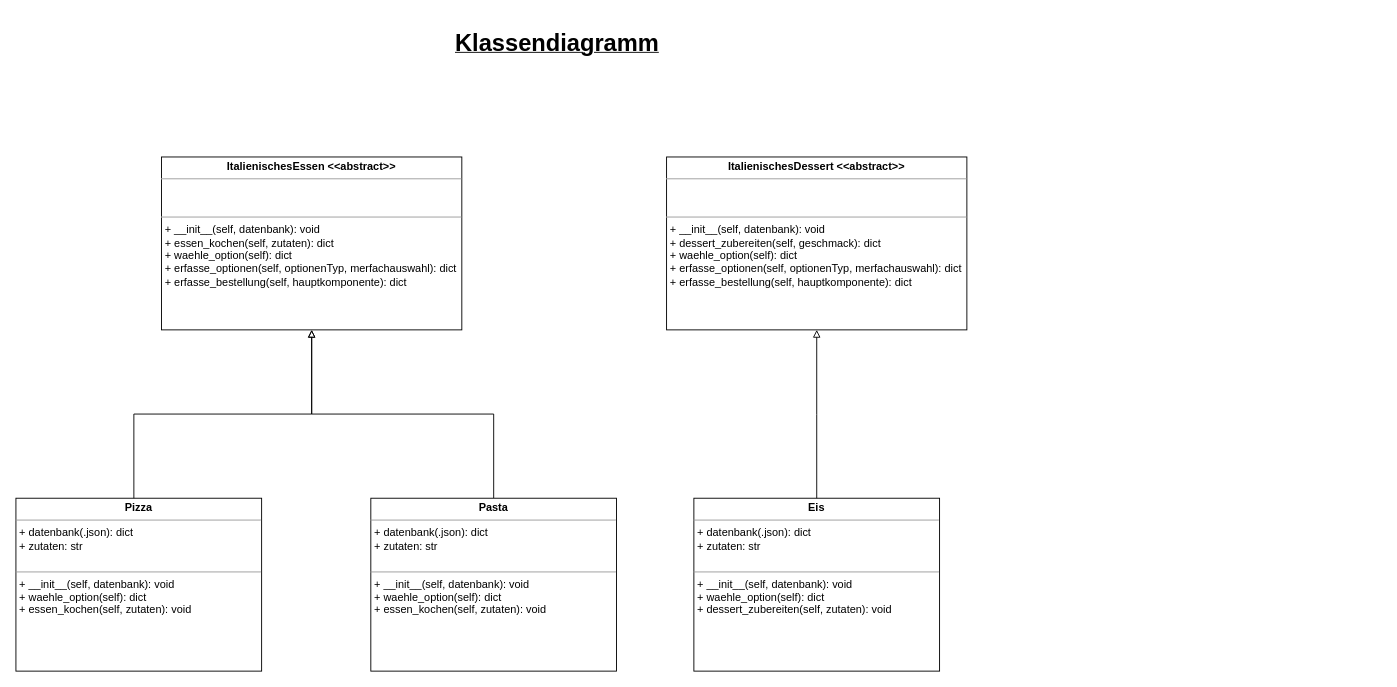
Before: diagrams/Klassendiagramm_PizzaGruppenarbeit.drawio in ygerhardt/unterricht, a draw.io diagram. Source tidied: cells renumbered, new cells numbered last; positions are measured from the earlier drawing's top-left corner, leaving out a move shared by most shapes. Both pictures are drawn from the tidied source at 91%, with x=0, y=0 at pixel (15, 15).
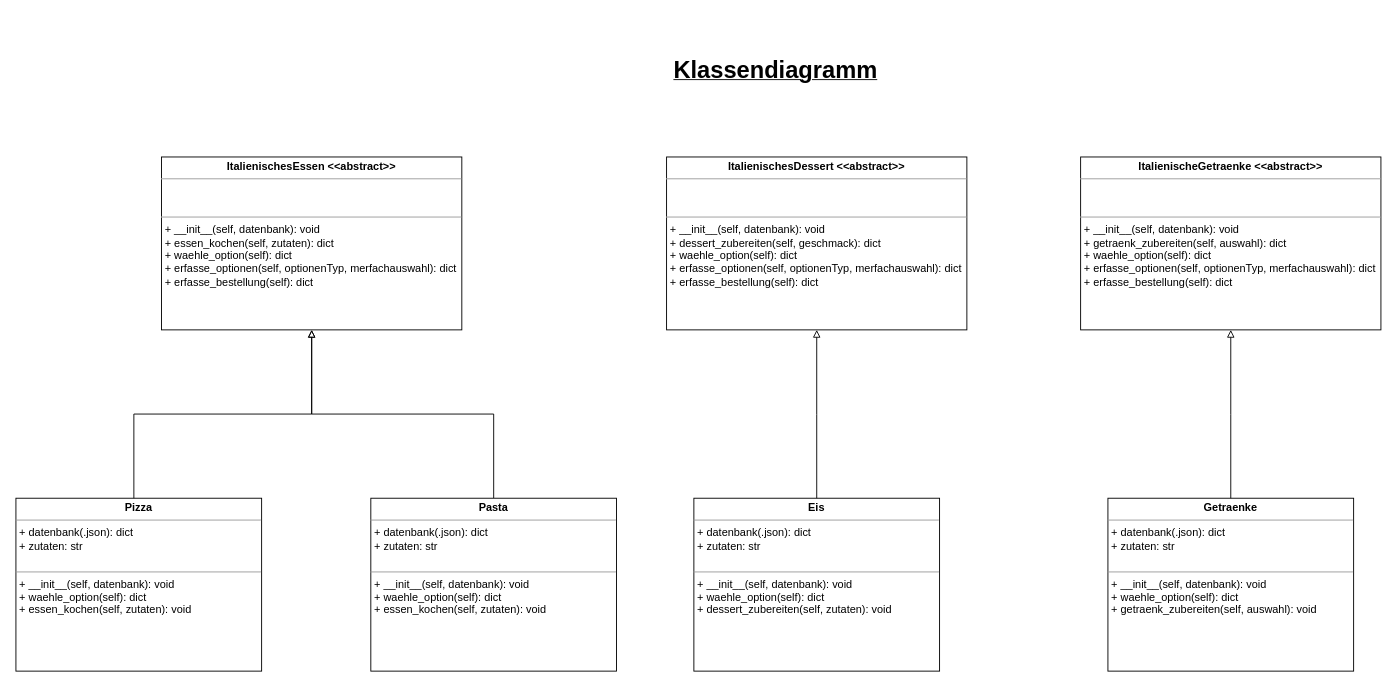
Above is the later version.

Change to the diagram source:
```diff
@@
 <mxGraphModel>
   <root>
     <mxCell id="0" />
     <mxCell id="1" parent="0" />
     <mxCell id="2" style="edgeStyle=orthogonalEdgeStyle;shape=connector;rounded=0;jettySize=auto;html=1;entryX=0.5;entryY=1;entryDx=0;entryDy=0;labelBackgroundColor=default;strokeColor=default;fontFamily=Helvetica;fontSize=11;fontColor=default;endArrow=block;endFill=0;exitX=0.48;exitY=0.009;exitDx=0;exitDy=0;exitPerimeter=0;" parent="1" edge="1" source="9" target="3">
       <mxGeometry relative="1" as="geometry" />
     </mxCell>
-    <mxCell id="3" value="&lt;p style=&quot;margin:0px;margin-top:4px;text-align:center;&quot;&gt;&lt;b&gt;ItalienischesEssen &amp;lt;&amp;lt;abstract&amp;gt;&amp;gt;&lt;/b&gt;&lt;/p&gt;&lt;hr size=&quot;1&quot;&gt;&lt;p style=&quot;margin:0px;margin-left:4px;&quot;&gt;&lt;br&gt;&lt;/p&gt;&lt;p style=&quot;margin:0px;margin-left:4px;&quot;&gt;&lt;br&gt;&lt;/p&gt;&lt;hr size=&quot;1&quot;&gt;&lt;p style=&quot;margin:0px;margin-left:4px;&quot;&gt;+ __init__(self, datenbank&lt;span style=&quot;background-color: initial;&quot;&gt;): void&lt;/span&gt;&lt;/p&gt;&lt;p style=&quot;margin:0px;margin-left:4px;&quot;&gt;+ essen_kochen(self, zutaten): dict&lt;br&gt;&lt;/p&gt;&lt;p style=&quot;margin:0px;margin-left:4px;&quot;&gt;+ waehle_option(self): dict&lt;/p&gt;&lt;p style=&quot;margin:0px;margin-left:4px;&quot;&gt;+ erfasse_optionen(self, optionenTyp, merfachauswahl): dict&lt;br&gt;&lt;/p&gt;&lt;p style=&quot;margin:0px;margin-left:4px;&quot;&gt;+ erfasse_bestellung(self, hauptkomponente): dict&lt;/p&gt;" style="verticalAlign=top;align=left;overflow=fill;fontSize=12;fontFamily=Helvetica;html=1;rounded=0;shadow=0;comic=0;labelBackgroundColor=none;strokeWidth=1;" parent="1" vertex="1">
+    <mxCell id="3" value="&lt;p style=&quot;margin:0px;margin-top:4px;text-align:center;&quot;&gt;&lt;b&gt;ItalienischesEssen &amp;lt;&amp;lt;abstract&amp;gt;&amp;gt;&lt;/b&gt;&lt;/p&gt;&lt;hr size=&quot;1&quot;&gt;&lt;p style=&quot;margin:0px;margin-left:4px;&quot;&gt;&lt;br&gt;&lt;/p&gt;&lt;p style=&quot;margin:0px;margin-left:4px;&quot;&gt;&lt;br&gt;&lt;/p&gt;&lt;hr size=&quot;1&quot;&gt;&lt;p style=&quot;margin:0px;margin-left:4px;&quot;&gt;+ __init__(self, datenbank&lt;span style=&quot;background-color: initial;&quot;&gt;): void&lt;/span&gt;&lt;/p&gt;&lt;p style=&quot;margin:0px;margin-left:4px;&quot;&gt;+ essen_kochen(self, zutaten): dict&lt;br&gt;&lt;/p&gt;&lt;p style=&quot;margin:0px;margin-left:4px;&quot;&gt;+ waehle_option(self): dict&lt;/p&gt;&lt;p style=&quot;margin:0px;margin-left:4px;&quot;&gt;+ erfasse_optionen(self, optionenTyp, merfachauswahl): dict&lt;br&gt;&lt;/p&gt;&lt;p style=&quot;margin:0px;margin-left:4px;&quot;&gt;+ erfasse_bestellung(self): dict&lt;/p&gt;" style="verticalAlign=top;align=left;overflow=fill;fontSize=12;fontFamily=Helvetica;html=1;rounded=0;shadow=0;comic=0;labelBackgroundColor=none;strokeWidth=1;" parent="1" vertex="1">
       <mxGeometry x="160" y="155" width="330" height="190" as="geometry" />
     </mxCell>
     <mxCell id="4" style="edgeStyle=orthogonalEdgeStyle;shape=connector;rounded=0;jettySize=auto;html=1;entryX=0.5;entryY=1;entryDx=0;entryDy=0;labelBackgroundColor=default;strokeColor=default;fontFamily=Helvetica;fontSize=11;fontColor=default;endArrow=block;endFill=0;" parent="1" edge="1" source="5" target="3">
       <mxGeometry relative="1" as="geometry" />
     </mxCell>
     <mxCell id="5" value="&lt;p style=&quot;margin:0px;margin-top:4px;text-align:center;&quot;&gt;&lt;b&gt;Pasta&lt;/b&gt;&lt;/p&gt;&lt;hr size=&quot;1&quot;&gt;&lt;p style=&quot;margin:0px;margin-left:4px;&quot;&gt;+ datenbank(.json): dict&lt;br&gt;+ zutaten: str&lt;br&gt;&lt;/p&gt;&lt;p style=&quot;margin:0px;margin-left:4px;&quot;&gt;&lt;br&gt;&lt;/p&gt;&lt;hr size=&quot;1&quot;&gt;&lt;p style=&quot;margin:0px;margin-left:4px;&quot;&gt;+ __init__(self, datenbank): void&lt;/p&gt;&lt;p style=&quot;margin:0px;margin-left:4px;&quot;&gt;+ waehle_option(self): dict&lt;/p&gt;&lt;p style=&quot;margin:0px;margin-left:4px;&quot;&gt;&lt;span style=&quot;background-color: initial;&quot;&gt;+ essen_kochen(self, zutaten): void&lt;/span&gt;&lt;/p&gt;" style="verticalAlign=top;align=left;overflow=fill;fontSize=12;fontFamily=Helvetica;html=1;rounded=0;shadow=0;comic=0;labelBackgroundColor=none;strokeWidth=1;" parent="1" vertex="1">
       <mxGeometry x="390" y="530" width="270" height="190" as="geometry" />
     </mxCell>
     <mxCell id="6" value="&lt;span style=&quot;font-size: 26px;&quot;&gt;Klassendiagramm&lt;/span&gt;" style="text;html=1;strokeColor=none;fillColor=none;align=center;verticalAlign=middle;whiteSpace=wrap;rounded=0;fontSize=11;fontFamily=Helvetica;fontColor=default;fontStyle=5;" parent="1" vertex="1">
-      <mxGeometry x="340" width="510" height="60" as="geometry" />
+      <mxGeometry x="580" y="30" width="510" height="60" as="geometry" />
     </mxCell>
     <mxCell id="7" value="&lt;p style=&quot;margin:0px;margin-top:4px;text-align:center;&quot;&gt;&lt;b&gt;Eis&lt;/b&gt;&lt;/p&gt;&lt;hr size=&quot;1&quot;&gt;&lt;p style=&quot;margin:0px;margin-left:4px;&quot;&gt;+ datenbank(.json): dict&lt;br&gt;+ zutaten: str&lt;br&gt;&lt;/p&gt;&lt;p style=&quot;margin:0px;margin-left:4px;&quot;&gt;&lt;br&gt;&lt;/p&gt;&lt;hr size=&quot;1&quot;&gt;&lt;p style=&quot;margin:0px;margin-left:4px;&quot;&gt;+ __init__(self, datenbank): void&lt;/p&gt;&lt;p style=&quot;margin:0px;margin-left:4px;&quot;&gt;+ waehle_option(self): dict&lt;/p&gt;&lt;p style=&quot;margin:0px;margin-left:4px;&quot;&gt;&lt;span style=&quot;background-color: initial;&quot;&gt;+ dessert_zubereiten(self, zutaten): void&lt;/span&gt;&lt;/p&gt;" style="verticalAlign=top;align=left;overflow=fill;fontSize=12;fontFamily=Helvetica;html=1;rounded=0;shadow=0;comic=0;labelBackgroundColor=none;strokeWidth=1;" parent="1" vertex="1">
       <mxGeometry x="745" y="530" width="270" height="190" as="geometry" />
     </mxCell>
     <mxCell id="8" style="edgeStyle=orthogonalEdgeStyle;shape=connector;rounded=0;jettySize=auto;html=1;labelBackgroundColor=default;strokeColor=default;fontFamily=Helvetica;fontSize=11;fontColor=default;endArrow=block;endFill=0;entryX=0.5;entryY=1;entryDx=0;entryDy=0;" parent="1" edge="1" source="7">
       <mxGeometry relative="1" as="geometry">
         <mxPoint x="880" y="345" as="targetPoint" />
       </mxGeometry>
     </mxCell>
     <mxCell id="9" value="&lt;p style=&quot;margin:0px;margin-top:4px;text-align:center;&quot;&gt;&lt;b&gt;Pizza&lt;/b&gt;&lt;/p&gt;&lt;hr size=&quot;1&quot;&gt;&lt;p style=&quot;margin:0px;margin-left:4px;&quot;&gt;+ datenbank(.json): dict&lt;br&gt;+ zutaten: str&lt;br&gt;&lt;/p&gt;&lt;p style=&quot;margin:0px;margin-left:4px;&quot;&gt;&lt;br&gt;&lt;/p&gt;&lt;hr size=&quot;1&quot;&gt;&lt;p style=&quot;margin:0px;margin-left:4px;&quot;&gt;+ __init__(self, datenbank): void&lt;/p&gt;&lt;p style=&quot;margin:0px;margin-left:4px;&quot;&gt;+ waehle_option(self): dict&lt;/p&gt;&lt;p style=&quot;margin:0px;margin-left:4px;&quot;&gt;&lt;span style=&quot;background-color: initial;&quot;&gt;+ essen_kochen(self, zutaten): void&lt;/span&gt;&lt;/p&gt;" style="verticalAlign=top;align=left;overflow=fill;fontSize=12;fontFamily=Helvetica;html=1;rounded=0;shadow=0;comic=0;labelBackgroundColor=none;strokeWidth=1;" parent="1" vertex="1">
       <mxGeometry y="530" width="270" height="190" as="geometry" />
     </mxCell>
-    <mxCell id="10" value="&lt;p style=&quot;margin:0px;margin-top:4px;text-align:center;&quot;&gt;&lt;b&gt;ItalienischesDessert &amp;lt;&amp;lt;abstract&amp;gt;&amp;gt;&lt;/b&gt;&lt;br&gt;&lt;/p&gt;&lt;hr size=&quot;1&quot;&gt;&lt;p style=&quot;margin:0px;margin-left:4px;&quot;&gt;&lt;br&gt;&lt;/p&gt;&lt;p style=&quot;margin:0px;margin-left:4px;&quot;&gt;&lt;br&gt;&lt;/p&gt;&lt;hr size=&quot;1&quot;&gt;&lt;p style=&quot;margin:0px;margin-left:4px;&quot;&gt;+ __init__(self, datenbank&lt;span style=&quot;background-color: initial;&quot;&gt;): void&lt;/span&gt;&lt;/p&gt;&lt;p style=&quot;margin:0px;margin-left:4px;&quot;&gt;+ dessert_zubereiten(self, geschmack): dict&lt;br&gt;&lt;/p&gt;&lt;p style=&quot;margin:0px;margin-left:4px;&quot;&gt;+ waehle_option(self): dict&lt;/p&gt;&lt;p style=&quot;margin:0px;margin-left:4px;&quot;&gt;+ erfasse_optionen(self, optionenTyp, merfachauswahl): dict&lt;br&gt;&lt;/p&gt;&lt;p style=&quot;margin:0px;margin-left:4px;&quot;&gt;+ erfasse_bestellung(self, hauptkomponente): dict&lt;/p&gt;" style="verticalAlign=top;align=left;overflow=fill;fontSize=12;fontFamily=Helvetica;html=1;rounded=0;shadow=0;comic=0;labelBackgroundColor=none;strokeWidth=1;" parent="1" vertex="1">
+    <mxCell id="10" value="&lt;p style=&quot;margin:0px;margin-top:4px;text-align:center;&quot;&gt;&lt;b&gt;ItalienischesDessert &amp;lt;&amp;lt;abstract&amp;gt;&amp;gt;&lt;/b&gt;&lt;br&gt;&lt;/p&gt;&lt;hr size=&quot;1&quot;&gt;&lt;p style=&quot;margin:0px;margin-left:4px;&quot;&gt;&lt;br&gt;&lt;/p&gt;&lt;p style=&quot;margin:0px;margin-left:4px;&quot;&gt;&lt;br&gt;&lt;/p&gt;&lt;hr size=&quot;1&quot;&gt;&lt;p style=&quot;margin:0px;margin-left:4px;&quot;&gt;+ __init__(self, datenbank&lt;span style=&quot;background-color: initial;&quot;&gt;): void&lt;/span&gt;&lt;/p&gt;&lt;p style=&quot;margin:0px;margin-left:4px;&quot;&gt;+ dessert_zubereiten(self, geschmack): dict&lt;br&gt;&lt;/p&gt;&lt;p style=&quot;margin:0px;margin-left:4px;&quot;&gt;+ waehle_option(self): dict&lt;/p&gt;&lt;p style=&quot;margin:0px;margin-left:4px;&quot;&gt;+ erfasse_optionen(self, optionenTyp, merfachauswahl): dict&lt;br&gt;&lt;/p&gt;&lt;p style=&quot;margin:0px;margin-left:4px;&quot;&gt;+ erfasse_bestellung(self): dict&lt;/p&gt;" style="verticalAlign=top;align=left;overflow=fill;fontSize=12;fontFamily=Helvetica;html=1;rounded=0;shadow=0;comic=0;labelBackgroundColor=none;strokeWidth=1;" parent="1" vertex="1">
       <mxGeometry x="715" y="155" width="330" height="190" as="geometry" />
     </mxCell>
+    <mxCell id="11" value="&lt;p style=&quot;margin:0px;margin-top:4px;text-align:center;&quot;&gt;&lt;b&gt;Getraenke&lt;/b&gt;&lt;/p&gt;&lt;hr size=&quot;1&quot;&gt;&lt;p style=&quot;margin:0px;margin-left:4px;&quot;&gt;+ datenbank(.json): dict&lt;br&gt;+ zutaten: str&lt;br&gt;&lt;/p&gt;&lt;p style=&quot;margin:0px;margin-left:4px;&quot;&gt;&lt;br&gt;&lt;/p&gt;&lt;hr size=&quot;1&quot;&gt;&lt;p style=&quot;margin:0px;margin-left:4px;&quot;&gt;+ __init__(self, datenbank): void&lt;/p&gt;&lt;p style=&quot;margin:0px;margin-left:4px;&quot;&gt;+ waehle_option(self): dict&lt;/p&gt;&lt;p style=&quot;margin:0px;margin-left:4px;&quot;&gt;&lt;span style=&quot;background-color: initial;&quot;&gt;+ getraenk_zubereiten(self, auswahl): void&lt;/span&gt;&lt;/p&gt;&lt;p style=&quot;margin:0px;margin-left:4px;&quot;&gt;&lt;span style=&quot;background-color: initial;&quot;&gt;&lt;br&gt;&lt;/span&gt;&lt;/p&gt;" style="verticalAlign=top;align=left;overflow=fill;fontSize=12;fontFamily=Helvetica;html=1;rounded=0;shadow=0;comic=0;labelBackgroundColor=none;strokeWidth=1;" parent="1" vertex="1">
+      <mxGeometry x="1200" y="530" width="270" height="190" as="geometry" />
+    </mxCell>
+    <mxCell id="12" style="edgeStyle=orthogonalEdgeStyle;shape=connector;rounded=0;jettySize=auto;html=1;labelBackgroundColor=default;strokeColor=default;fontFamily=Helvetica;fontSize=11;fontColor=default;endArrow=block;endFill=0;entryX=0.5;entryY=1;entryDx=0;entryDy=0;" parent="1" edge="1" source="11">
+      <mxGeometry relative="1" as="geometry">
+        <mxPoint x="1335" y="345" as="targetPoint" />
+      </mxGeometry>
+    </mxCell>
+    <mxCell id="13" value="&lt;p style=&quot;margin:0px;margin-top:4px;text-align:center;&quot;&gt;&lt;b&gt;ItalienischeGetraenke &amp;lt;&amp;lt;abstract&amp;gt;&amp;gt;&lt;/b&gt;&lt;br&gt;&lt;/p&gt;&lt;hr size=&quot;1&quot;&gt;&lt;p style=&quot;margin:0px;margin-left:4px;&quot;&gt;&lt;br&gt;&lt;/p&gt;&lt;p style=&quot;margin:0px;margin-left:4px;&quot;&gt;&lt;br&gt;&lt;/p&gt;&lt;hr size=&quot;1&quot;&gt;&lt;p style=&quot;margin:0px;margin-left:4px;&quot;&gt;+ __init__(self, datenbank&lt;span style=&quot;background-color: initial;&quot;&gt;): void&lt;/span&gt;&lt;/p&gt;&lt;p style=&quot;margin:0px;margin-left:4px;&quot;&gt;+ getraenk_zubereiten(self, auswahl): dict&lt;br&gt;&lt;/p&gt;&lt;p style=&quot;margin:0px;margin-left:4px;&quot;&gt;+ waehle_option(self): dict&lt;/p&gt;&lt;p style=&quot;margin:0px;margin-left:4px;&quot;&gt;+ erfasse_optionen(self, optionenTyp, merfachauswahl): dict&lt;br&gt;&lt;/p&gt;&lt;p style=&quot;margin:0px;margin-left:4px;&quot;&gt;+ erfasse_bestellung(self): dict&lt;/p&gt;" style="verticalAlign=top;align=left;overflow=fill;fontSize=12;fontFamily=Helvetica;html=1;rounded=0;shadow=0;comic=0;labelBackgroundColor=none;strokeWidth=1;" parent="1" vertex="1">
+      <mxGeometry x="1170" y="155" width="330" height="190" as="geometry" />
+    </mxCell>
   </root>
 </mxGraphModel>
```
